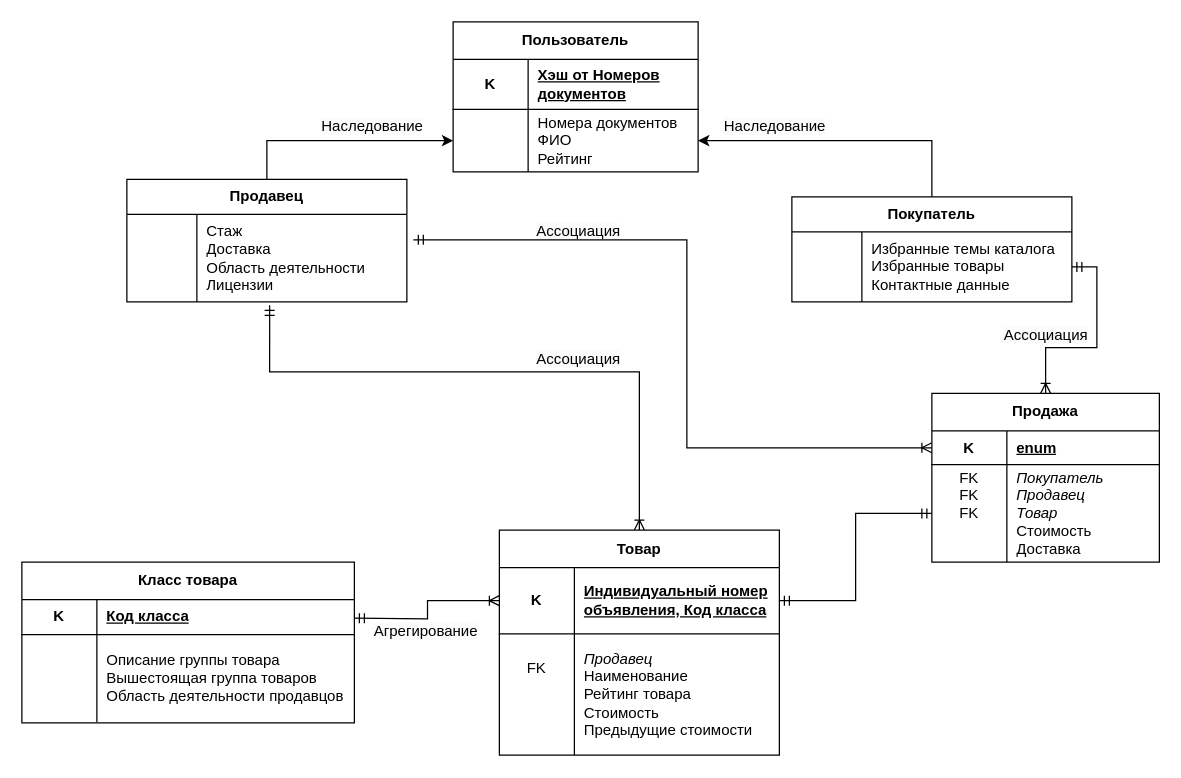
Djuckman/Compilers2 keeps this draw.io diagram as page "Page-1" (1 of 2) of Диаграмма без названия.drawio. Above is the earlier version. Source tidied: cells renumbered, new cells numbered last; positions are measured from the earlier drawing's top-left corner, leaving out a move shared by most shapes. Both pictures are drawn from the tidied source at 125%, with x=0, y=0 at pixel (21, 21).
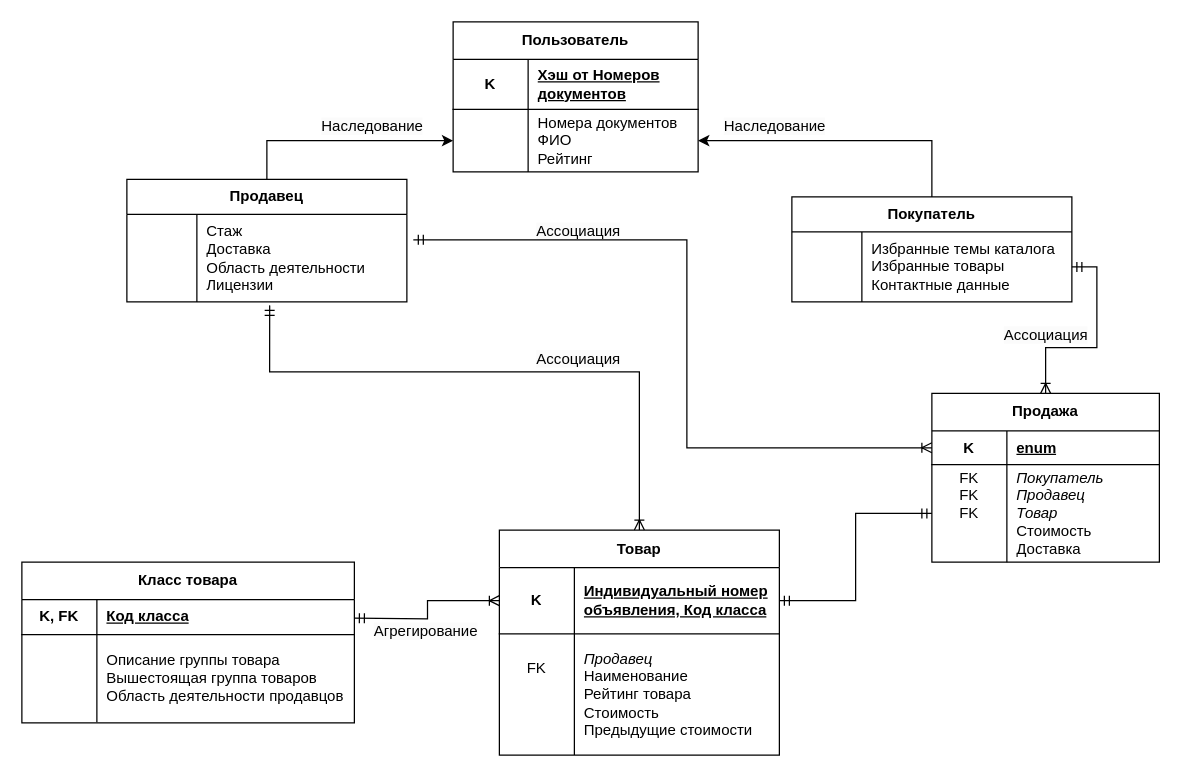
After the change.

Unchanged cells that the change refers to:
```xml
<mxCell id="40" style="shape=tableRow;horizontal=0;startSize=0;swimlaneHead=0;swimlaneBody=0;fillColor=none;top=0;left=0;right=0;bottom=1;html=1;" parent="39" vertex="1">
  <mxGeometry y="30" width="266" height="28" as="geometry" />
</mxCell>
```

What changed in the source:
```diff
@@
-    <mxCell id="41" value="K" style="shape=partialRectangle;fillColor=none;top=0;left=0;bottom=0;right=0;fontStyle=1;overflow=hidden;html=1;whiteSpace=wrap;" parent="40" vertex="1">
+    <mxCell id="41" value="K, FK" style="shape=partialRectangle;fillColor=none;top=0;left=0;bottom=0;right=0;fontStyle=1;overflow=hidden;html=1;whiteSpace=wrap;" parent="40" vertex="1">
       <mxGeometry width="60" height="28" as="geometry" />
     </mxCell>
```
